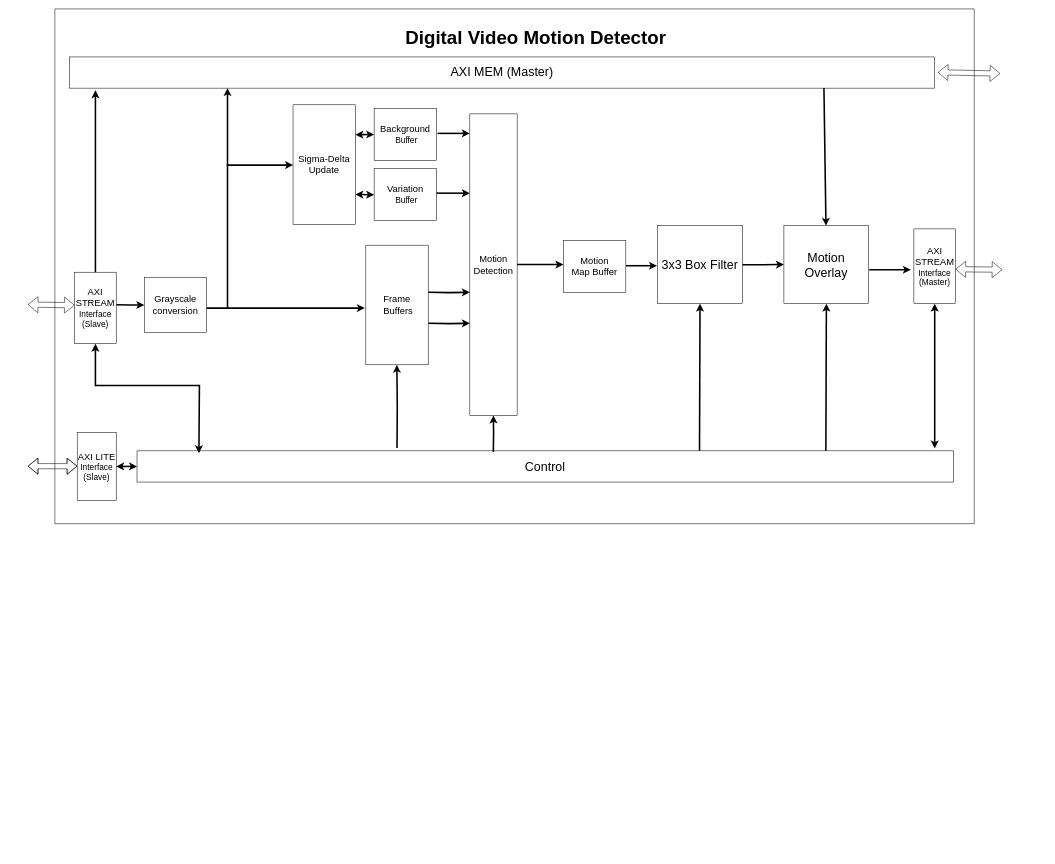
Before: drawings/Block_Diagram_v5.drawio in sabarioded/Hardware_for_Digital_Video_Motion_Detector, a draw.io diagram. Source tidied: cells renumbered, new cells numbered last; positions are measured from the earlier drawing's top-left corner, leaving out a move shared by most shapes. Both pictures are drawn from the tidied source at 52%, with x=0, y=0 at pixel (28, 9).
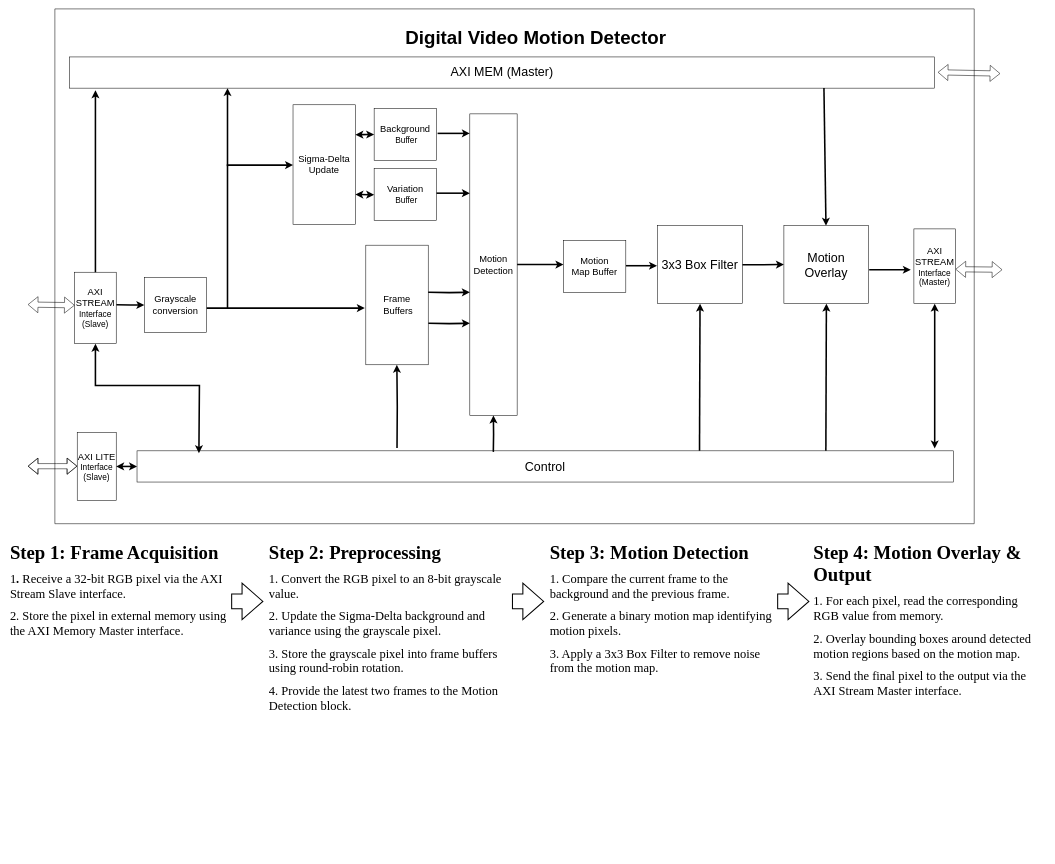
The same diagram, later.

The edit, as a diff of the source:
```diff
@@
+    <mxCell id="45" value="&lt;h3 class=&quot;&quot;&gt;&lt;strong&gt;&lt;font face=&quot;Times New Roman&quot; style=&quot;font-size: 36px;&quot;&gt;Step 1: Frame Acquisition&lt;/font&gt;&lt;/strong&gt;&lt;/h3&gt;&lt;h3 class=&quot;&quot;&gt;&lt;font face=&quot;Times New Roman&quot; style=&quot;font-size: 24px;&quot;&gt;&lt;span style=&quot;font-weight: normal;&quot;&gt;1&lt;/span&gt;&lt;strong style=&quot;&quot;&gt;.&amp;nbsp;&lt;/strong&gt;&lt;span style=&quot;background-color: transparent; color: light-dark(rgb(0, 0, 0), rgb(255, 255, 255)); font-weight: normal;&quot;&gt;Receive a 32-bit RGB pixel via the &lt;/span&gt;&lt;span style=&quot;background-color: transparent; color: light-dark(rgb(0, 0, 0), rgb(255, 255, 255)); font-weight: normal;&quot;&gt;AXI Stream Slave&lt;/span&gt;&lt;span style=&quot;background-color: transparent; color: light-dark(rgb(0, 0, 0), rgb(255, 255, 255)); font-weight: normal;&quot;&gt; interface.&lt;/span&gt;&lt;/font&gt;&lt;/h3&gt;&lt;h3 class=&quot;&quot;&gt;&lt;font style=&quot;font-size: 24px;&quot; face=&quot;Times New Roman&quot;&gt;&lt;span style=&quot;background-color: transparent; color: light-dark(rgb(0, 0, 0), rgb(255, 255, 255)); font-weight: normal;&quot;&gt;2.&amp;nbsp;&lt;/span&gt;&lt;span style=&quot;background-color: transparent; color: light-dark(rgb(0, 0, 0), rgb(255, 255, 255)); font-weight: normal;&quot;&gt;Store the pixel in external memory using the &lt;/span&gt;&lt;span style=&quot;background-color: transparent; color: light-dark(rgb(0, 0, 0), rgb(255, 255, 255)); font-weight: normal;&quot;&gt;AXI Memory Master&lt;/span&gt;&lt;span style=&quot;background-color: transparent; color: light-dark(rgb(0, 0, 0), rgb(255, 255, 255)); font-weight: normal;&quot;&gt; interface.&lt;/span&gt;&lt;/font&gt;&lt;/h3&gt;" style="text;html=1;whiteSpace=wrap;overflow=hidden;rounded=0;" parent="1" vertex="1">
+      <mxGeometry x="-36" y="1004" width="450" height="360" as="geometry" />
+    </mxCell>
+    <mxCell id="46" value="&lt;h3 class=&quot;&quot;&gt;&lt;strong&gt;&lt;font face=&quot;Times New Roman&quot; style=&quot;font-size: 36px;&quot;&gt;Step 2: Preprocessing&lt;/font&gt;&lt;/strong&gt;&lt;/h3&gt;&lt;h3 class=&quot;&quot;&gt;&lt;font face=&quot;Times New Roman&quot; style=&quot;font-size: 24px;&quot;&gt;&lt;span style=&quot;background-color: transparent; color: light-dark(rgb(0, 0, 0), rgb(255, 255, 255)); font-weight: normal;&quot;&gt;1.&amp;nbsp;&lt;/span&gt;&lt;span style=&quot;background-color: transparent; color: light-dark(rgb(0, 0, 0), rgb(255, 255, 255)); font-weight: normal;&quot;&gt;Convert the RGB pixel to an 8-bit grayscale value.&lt;/span&gt;&lt;/font&gt;&lt;/h3&gt;&lt;h3 class=&quot;&quot;&gt;&lt;font face=&quot;Times New Roman&quot; style=&quot;font-size: 24px;&quot;&gt;&lt;span style=&quot;background-color: transparent; color: light-dark(rgb(0, 0, 0), rgb(255, 255, 255)); font-weight: normal;&quot;&gt;2. Update the &lt;/span&gt;&lt;span style=&quot;font-weight: normal;&quot;&gt;&lt;span style=&quot;background-color: transparent; color: light-dark(rgb(0, 0, 0), rgb(255, 255, 255));&quot;&gt;Sigma-Delta background&lt;/span&gt;&lt;span style=&quot;background-color: transparent; color: light-dark(rgb(0, 0, 0), rgb(255, 255, 255));&quot;&gt; &lt;/span&gt;&lt;/span&gt;&lt;span style=&quot;background-color: transparent; color: light-dark(rgb(0, 0, 0), rgb(255, 255, 255)); font-weight: normal;&quot;&gt;and &lt;/span&gt;&lt;span style=&quot;background-color: transparent; color: light-dark(rgb(0, 0, 0), rgb(255, 255, 255)); font-weight: normal;&quot;&gt;variance&lt;/span&gt;&lt;span style=&quot;background-color: transparent; color: light-dark(rgb(0, 0, 0), rgb(255, 255, 255)); font-weight: normal;&quot;&gt; using the grayscale pixel.&lt;/span&gt;&lt;/font&gt;&lt;/h3&gt;&lt;h3 class=&quot;&quot;&gt;&lt;font face=&quot;Times New Roman&quot; style=&quot;font-size: 24px;&quot;&gt;&lt;span style=&quot;background-color: transparent; color: light-dark(rgb(0, 0, 0), rgb(255, 255, 255)); font-weight: normal;&quot;&gt;3. Store the grayscale pixel into &lt;/span&gt;&lt;span style=&quot;background-color: transparent; color: light-dark(rgb(0, 0, 0), rgb(255, 255, 255)); font-weight: normal;&quot;&gt;frame buffers&lt;/span&gt;&lt;span style=&quot;background-color: transparent; color: light-dark(rgb(0, 0, 0), rgb(255, 255, 255)); font-weight: normal;&quot;&gt; using round-robin rotation.&lt;/span&gt;&lt;/font&gt;&lt;/h3&gt;&lt;h3 class=&quot;&quot;&gt;&lt;font face=&quot;Times New Roman&quot; style=&quot;font-size: 24px;&quot;&gt;&lt;span style=&quot;background-color: transparent; color: light-dark(rgb(0, 0, 0), rgb(255, 255, 255)); font-weight: normal;&quot;&gt;4. Provide the latest two frames to the &lt;/span&gt;&lt;span style=&quot;background-color: transparent; color: light-dark(rgb(0, 0, 0), rgb(255, 255, 255)); font-weight: normal;&quot;&gt;Motion Detection&lt;/span&gt;&lt;span style=&quot;background-color: transparent; color: light-dark(rgb(0, 0, 0), rgb(255, 255, 255)); font-weight: normal;&quot;&gt; block.&lt;/span&gt;&lt;/font&gt;&lt;/h3&gt;" style="text;html=1;whiteSpace=wrap;overflow=hidden;rounded=0;" parent="1" vertex="1">
+      <mxGeometry x="462" y="1004" width="450" height="620" as="geometry" />
+    </mxCell>
+    <mxCell id="47" style="verticalLabelPosition=bottom;verticalAlign=top;html=1;strokeWidth=2;shape=mxgraph.arrows2.arrow;dy=0.6;dx=40;notch=0;" parent="1" vertex="1">
+      <mxGeometry x="392" y="1104" width="60" height="70" as="geometry" />
+    </mxCell>
+    <mxCell id="48" value="&lt;h3 class=&quot;&quot;&gt;&lt;strong&gt;&lt;font face=&quot;Times New Roman&quot; style=&quot;font-size: 36px;&quot;&gt;Step 3: Motion Detection&lt;/font&gt;&lt;/strong&gt;&lt;/h3&gt;&lt;h3 class=&quot;&quot;&gt;&lt;font style=&quot;font-size: 24px;&quot; face=&quot;Times New Roman&quot;&gt;&lt;span style=&quot;background-color: transparent; color: light-dark(rgb(0, 0, 0), rgb(255, 255, 255));&quot;&gt;&lt;span style=&quot;font-weight: normal;&quot;&gt;1.&lt;/span&gt;&amp;nbsp;&lt;/span&gt;&lt;span style=&quot;background-color: transparent; color: light-dark(rgb(0, 0, 0), rgb(255, 255, 255)); font-weight: normal;&quot;&gt;Compare the current frame to the background and the previous frame.&lt;/span&gt;&lt;/font&gt;&lt;/h3&gt;&lt;h3 class=&quot;&quot;&gt;&lt;font style=&quot;font-size: 24px;&quot; face=&quot;Times New Roman&quot;&gt;&lt;span style=&quot;background-color: transparent; color: light-dark(rgb(0, 0, 0), rgb(255, 255, 255)); font-weight: normal;&quot;&gt;2. Generate a binary &lt;/span&gt;&lt;span style=&quot;background-color: transparent; color: light-dark(rgb(0, 0, 0), rgb(255, 255, 255)); font-weight: normal;&quot;&gt;motion map&lt;/span&gt;&lt;span style=&quot;background-color: transparent; color: light-dark(rgb(0, 0, 0), rgb(255, 255, 255)); font-weight: normal;&quot;&gt; identifying motion pixels.&lt;/span&gt;&lt;/font&gt;&lt;/h3&gt;&lt;h3 class=&quot;&quot;&gt;&lt;font style=&quot;font-size: 24px;&quot; face=&quot;Times New Roman&quot;&gt;&lt;span style=&quot;background-color: transparent; color: light-dark(rgb(0, 0, 0), rgb(255, 255, 255)); font-weight: normal;&quot;&gt;3. Apply a &lt;/span&gt;&lt;span style=&quot;background-color: transparent; color: light-dark(rgb(0, 0, 0), rgb(255, 255, 255)); font-weight: normal;&quot;&gt;3x3 Box Filter&lt;/span&gt;&lt;span style=&quot;background-color: transparent; color: light-dark(rgb(0, 0, 0), rgb(255, 255, 255)); font-weight: normal;&quot;&gt; to remove noise from the motion map.&lt;/span&gt;&lt;/font&gt;&lt;/h3&gt;&lt;h1 style=&quot;margin-top: 0px;&quot;&gt;&lt;ul&gt;&lt;br&gt;&lt;/ul&gt;&lt;/h1&gt;" style="text;html=1;whiteSpace=wrap;overflow=hidden;rounded=0;" parent="1" vertex="1">
+      <mxGeometry x="1002" y="1004" width="450" height="360" as="geometry" />
+    </mxCell>
+    <mxCell id="49" value="&lt;h3 class=&quot;&quot;&gt;&lt;strong&gt;&lt;font face=&quot;Times New Roman&quot; style=&quot;font-size: 36px;&quot;&gt;Step 4: Motion Overlay &amp;amp; Output&lt;/font&gt;&lt;/strong&gt;&lt;/h3&gt;&lt;h3 class=&quot;&quot;&gt;&lt;font style=&quot;font-size: 24px;&quot; face=&quot;Times New Roman&quot;&gt;&lt;span style=&quot;background-color: transparent; color: light-dark(rgb(0, 0, 0), rgb(255, 255, 255));&quot;&gt;&lt;span style=&quot;font-weight: normal;&quot;&gt;1.&lt;/span&gt;&amp;nbsp;&lt;/span&gt;&lt;span style=&quot;background-color: transparent; color: light-dark(rgb(0, 0, 0), rgb(255, 255, 255)); font-weight: normal;&quot;&gt;For each pixel, read the corresponding RGB value from memory.&lt;/span&gt;&lt;/font&gt;&lt;/h3&gt;&lt;h3 class=&quot;&quot;&gt;&lt;font style=&quot;font-size: 24px;&quot; face=&quot;Times New Roman&quot;&gt;&lt;span style=&quot;background-color: transparent; color: light-dark(rgb(0, 0, 0), rgb(255, 255, 255)); font-weight: normal;&quot;&gt;2. Overlay &lt;/span&gt;&lt;span style=&quot;font-weight: normal;&quot;&gt;&lt;span style=&quot;background-color: transparent; color: light-dark(rgb(0, 0, 0), rgb(255, 255, 255));&quot;&gt;bounding boxes&lt;/span&gt;&lt;span style=&quot;background-color: transparent; color: light-dark(rgb(0, 0, 0), rgb(255, 255, 255));&quot;&gt; &lt;/span&gt;&lt;/span&gt;&lt;span style=&quot;background-color: transparent; color: light-dark(rgb(0, 0, 0), rgb(255, 255, 255)); font-weight: normal;&quot;&gt;around detected motion regions based on the motion map.&lt;/span&gt;&lt;/font&gt;&lt;/h3&gt;&lt;h3 class=&quot;&quot;&gt;&lt;font style=&quot;font-size: 24px;&quot; face=&quot;Times New Roman&quot;&gt;&lt;span style=&quot;background-color: transparent; color: light-dark(rgb(0, 0, 0), rgb(255, 255, 255)); font-weight: normal;&quot;&gt;3. Send the final pixel to the output via the &lt;/span&gt;&lt;span style=&quot;background-color: transparent; color: light-dark(rgb(0, 0, 0), rgb(255, 255, 255)); font-weight: normal;&quot;&gt;AXI Stream Master&lt;/span&gt;&lt;span style=&quot;background-color: transparent; color: light-dark(rgb(0, 0, 0), rgb(255, 255, 255)); font-weight: normal;&quot;&gt; interface.&lt;/span&gt;&lt;/font&gt;&lt;/h3&gt;" style="text;html=1;whiteSpace=wrap;overflow=hidden;rounded=0;" parent="1" vertex="1">
+      <mxGeometry x="1509" y="1004" width="450" height="490" as="geometry" />
+    </mxCell>
+    <mxCell id="50" style="verticalLabelPosition=bottom;verticalAlign=top;html=1;strokeWidth=2;shape=mxgraph.arrows2.arrow;dy=0.6;dx=40;notch=0;" parent="1" vertex="1">
+      <mxGeometry x="932" y="1104" width="60" height="70" as="geometry" />
+    </mxCell>
+    <mxCell id="51" style="verticalLabelPosition=bottom;verticalAlign=top;html=1;strokeWidth=2;shape=mxgraph.arrows2.arrow;dy=0.6;dx=40;notch=0;" parent="1" vertex="1">
+      <mxGeometry x="1442" y="1104" width="60" height="70" as="geometry" />
+    </mxCell>
```
